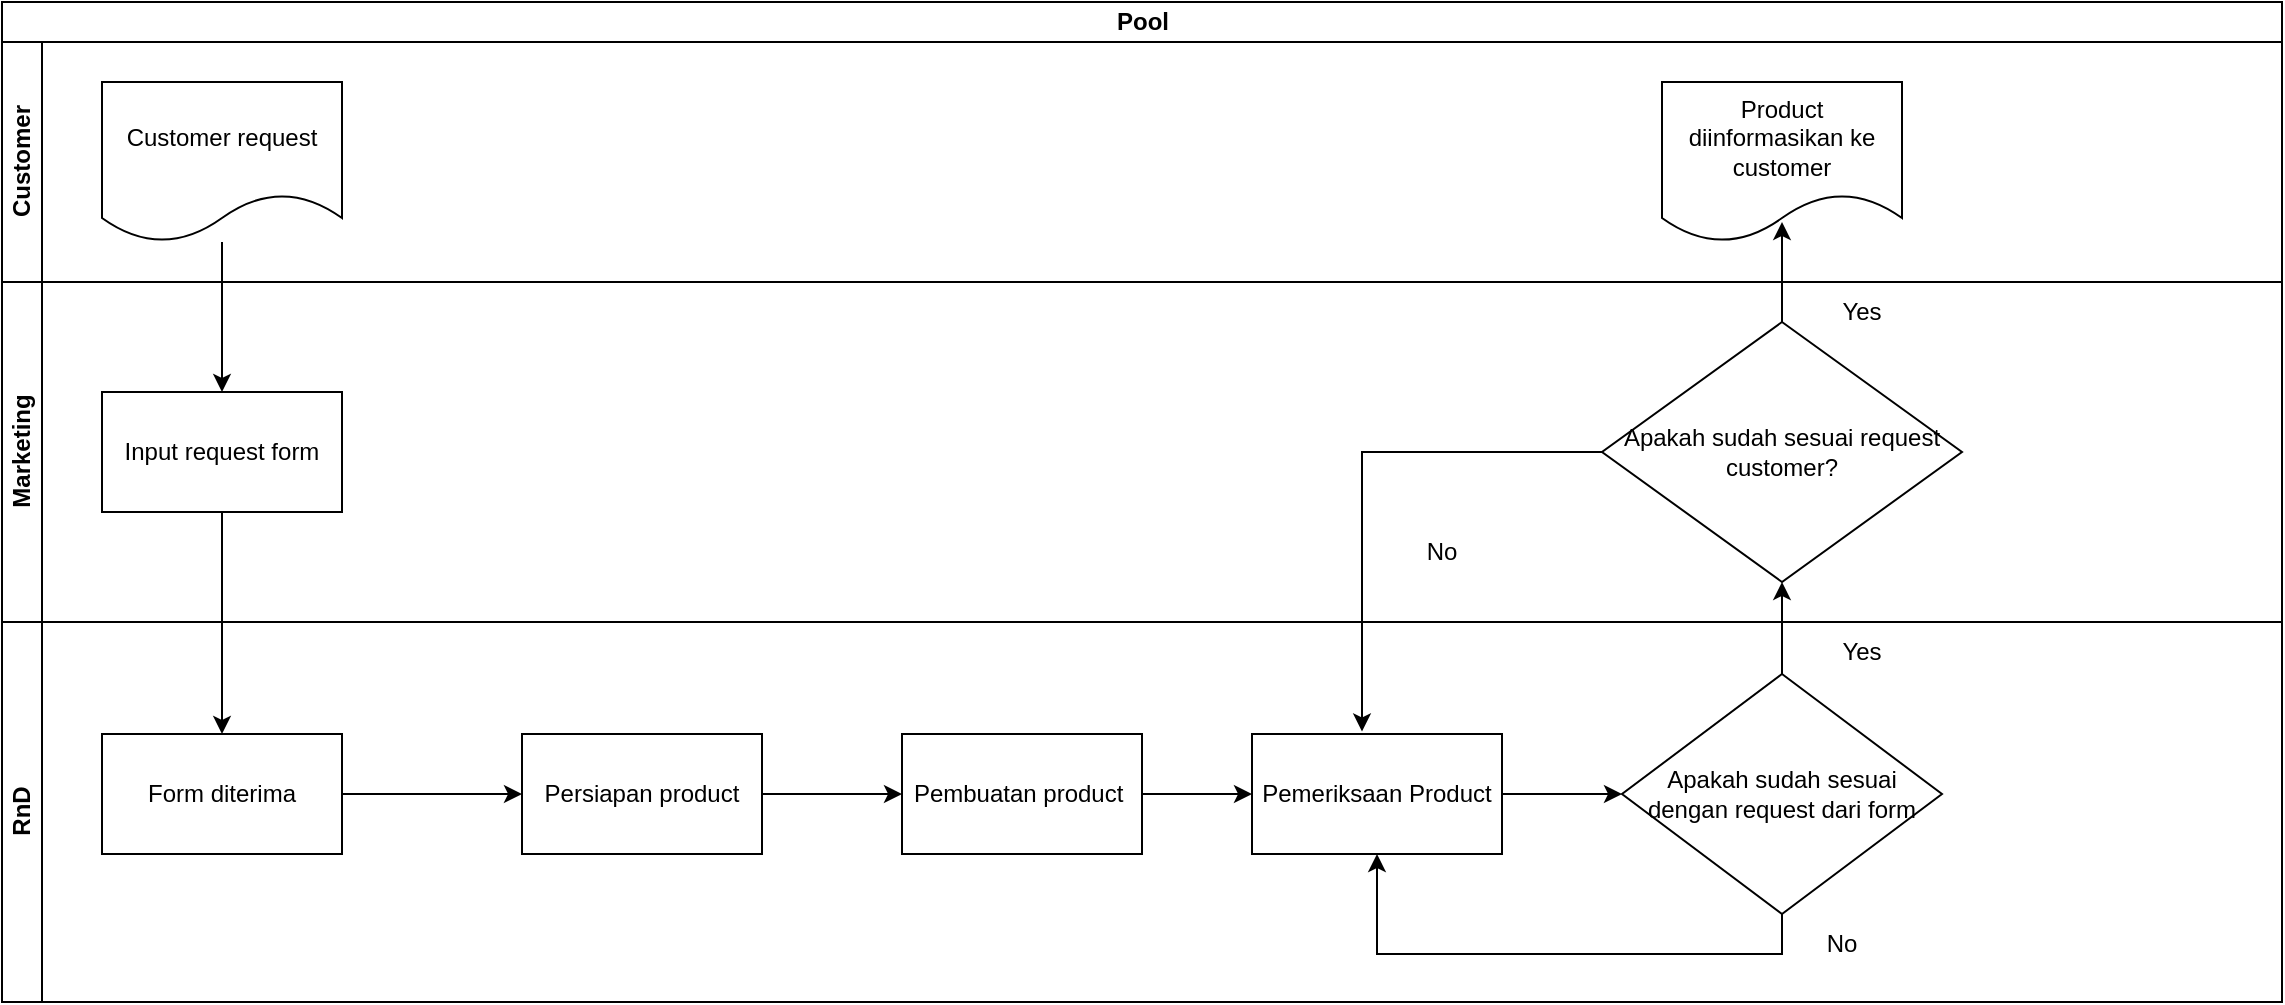
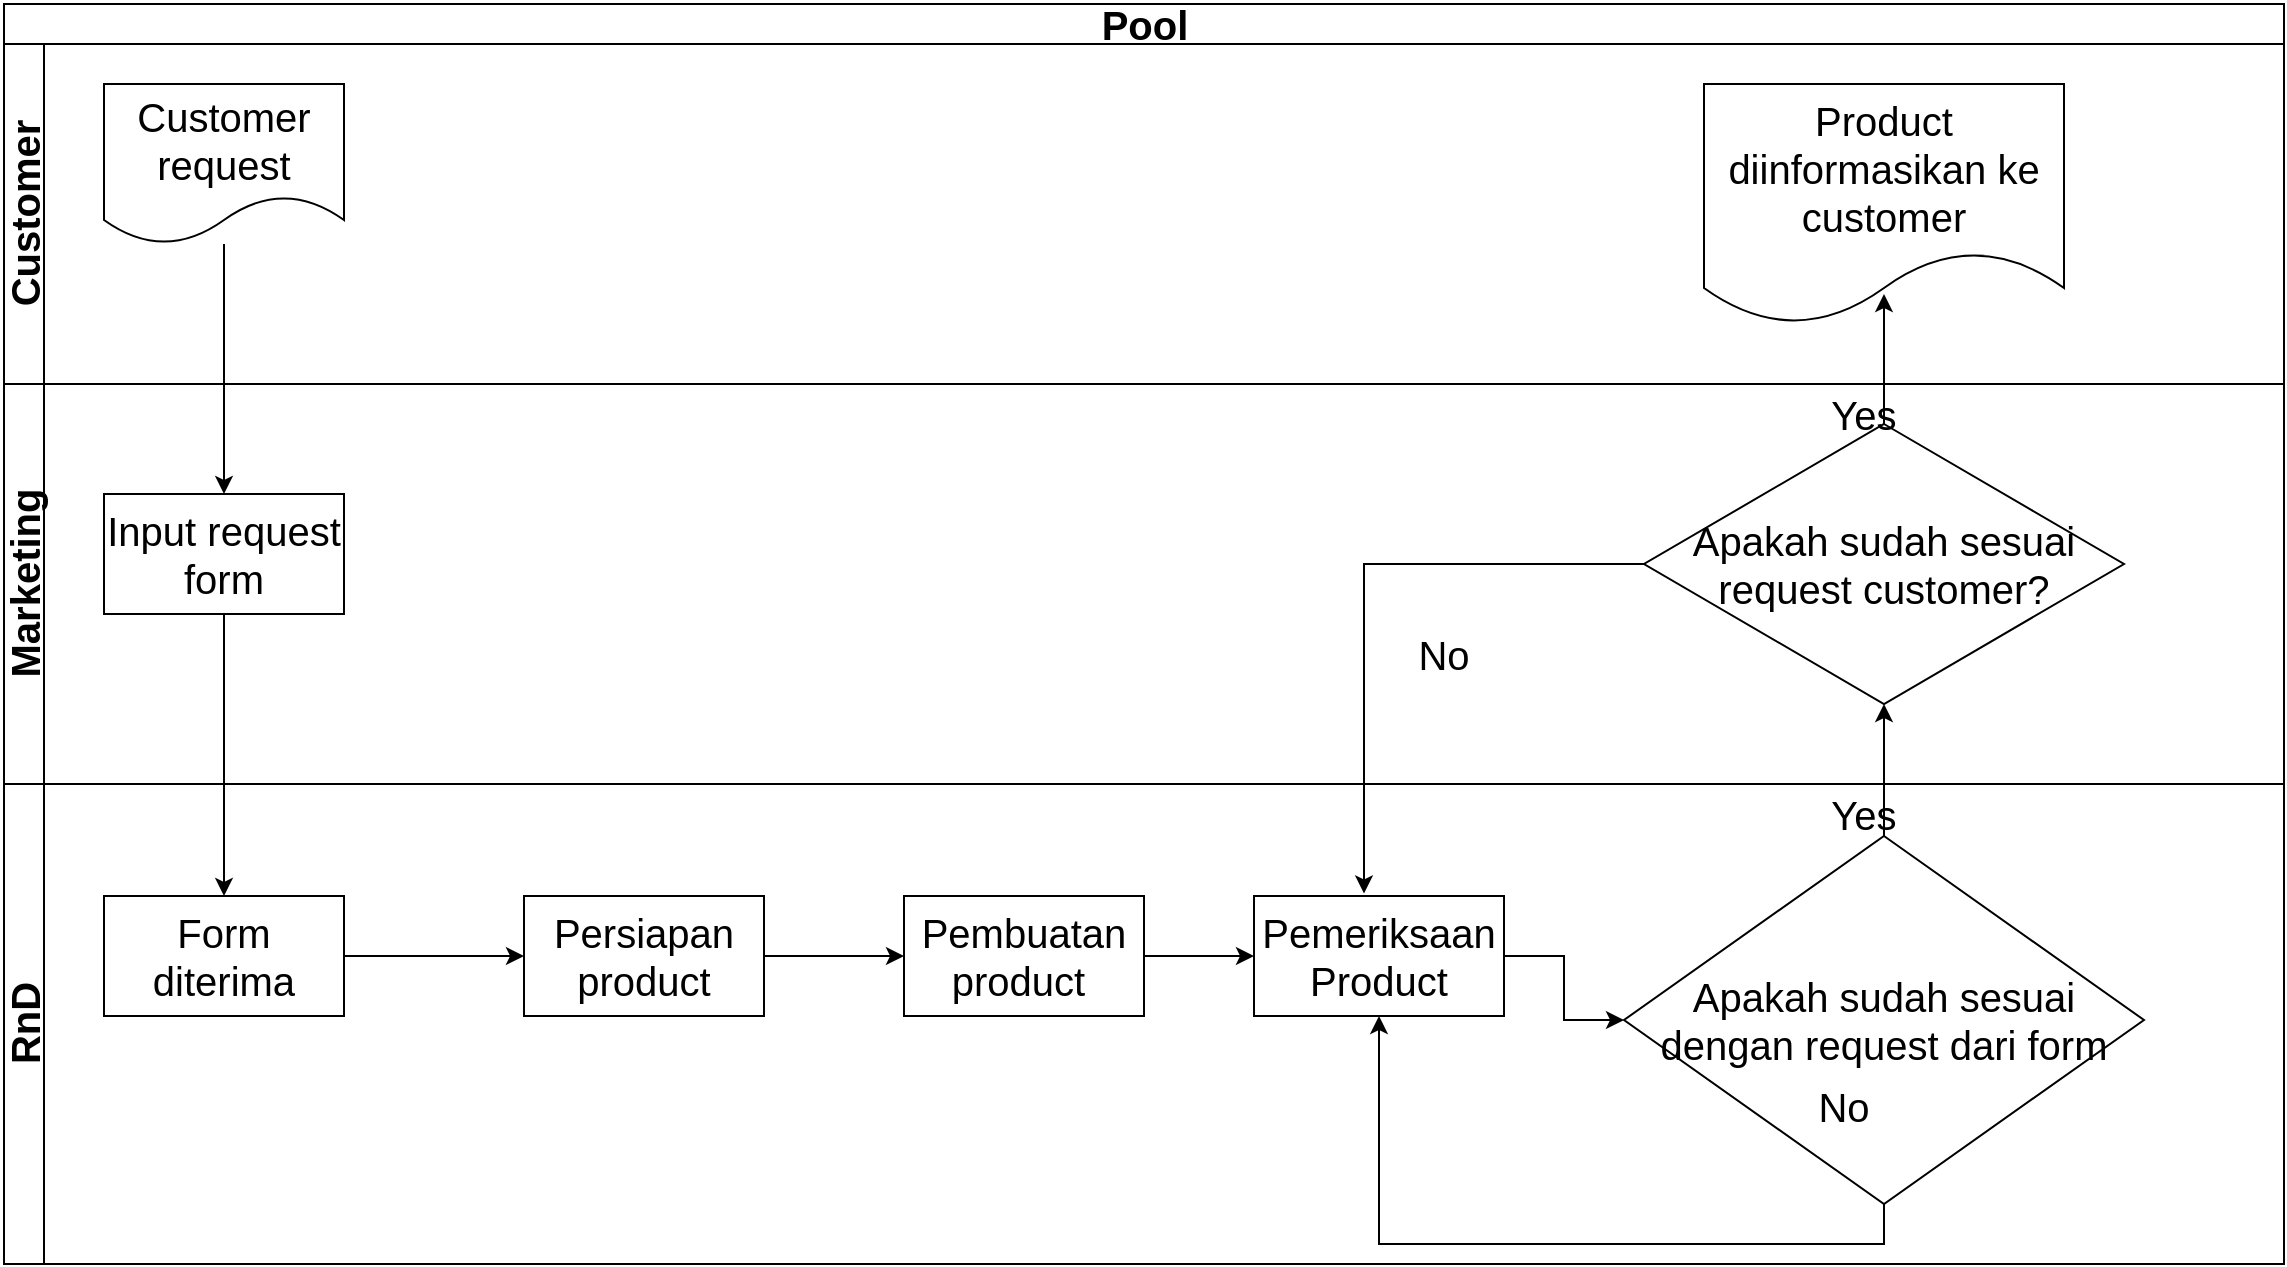
<mxfile host="app.diagrams.net" agent="Mozilla/5.0 (Windows NT 10.0; Win64; x64) AppleWebKit/537.36 (KHTML, like Gecko) Chrome/143.0.0.0 Safari/537.36" version="29.2.7">
  <diagram name="Page-1" id="oIJuJ37-xEbx_TfT-aAl">
-     <mxGraphModel dx="1097" dy="592" grid="1" gridSize="10" guides="1" tooltips="1" connect="1" arrows="1" fold="1" page="1" pageScale="1" pageWidth="850" pageHeight="1100" math="0" shadow="0">
+     <mxGraphModel dx="1042" dy="562" grid="1" gridSize="10" guides="1" tooltips="1" connect="1" arrows="1" fold="1" page="1" pageScale="1" pageWidth="850" pageHeight="1100" math="0" shadow="0">
      <root>
        <mxCell id="0" />
        <mxCell id="1" parent="0" />
-         <mxCell id="OZ2Eyodh-qbxz5odPWaq-1" parent="1" style="swimlane;childLayout=stackLayout;resizeParent=1;resizeParentMax=0;horizontal=1;startSize=20;horizontalStack=0;html=1;" value="Pool" vertex="1">
-           <mxGeometry height="500" width="1140" x="160" y="90" as="geometry" />
+         <mxCell id="OZ2Eyodh-qbxz5odPWaq-1" parent="1" style="swimlane;childLayout=stackLayout;resizeParent=1;resizeParentMax=0;horizontal=1;startSize=20;horizontalStack=0;html=1;fontSize=20;" value="&lt;font&gt;Pool&lt;/font&gt;" vertex="1">
+           <mxGeometry height="630" width="1140" x="160" y="90" as="geometry" />
        </mxCell>
-         <mxCell id="OZ2Eyodh-qbxz5odPWaq-2" parent="OZ2Eyodh-qbxz5odPWaq-1" style="swimlane;startSize=20;horizontal=0;html=1;" value="Customer" vertex="1">
-           <mxGeometry height="120" width="1140" y="20" as="geometry" />
+         <mxCell id="OZ2Eyodh-qbxz5odPWaq-2" parent="OZ2Eyodh-qbxz5odPWaq-1" style="swimlane;startSize=20;horizontal=0;html=1;fontSize=20;" value="Customer" vertex="1">
+           <mxGeometry height="170" width="1140" y="20" as="geometry" />
        </mxCell>
-         <mxCell id="Fgrx-HBsSQO8t8AMSDuB-1" parent="OZ2Eyodh-qbxz5odPWaq-2" style="shape=document;whiteSpace=wrap;html=1;boundedLbl=1;" value="Customer request" vertex="1">
+         <mxCell id="Fgrx-HBsSQO8t8AMSDuB-1" parent="OZ2Eyodh-qbxz5odPWaq-2" style="shape=document;whiteSpace=wrap;html=1;boundedLbl=1;fontSize=20;" value="Customer request" vertex="1">
          <mxGeometry height="80" width="120" x="50" y="20" as="geometry" />
        </mxCell>
-         <mxCell id="Fgrx-HBsSQO8t8AMSDuB-4" parent="OZ2Eyodh-qbxz5odPWaq-2" style="shape=document;whiteSpace=wrap;html=1;boundedLbl=1;" value="Product diinformasikan ke customer" vertex="1">
-           <mxGeometry height="80" width="120" x="830" y="20" as="geometry" />
+         <mxCell id="Fgrx-HBsSQO8t8AMSDuB-4" parent="OZ2Eyodh-qbxz5odPWaq-2" style="shape=document;whiteSpace=wrap;html=1;boundedLbl=1;fontSize=20;" value="Product diinformasikan ke customer" vertex="1">
+           <mxGeometry height="120" width="180" x="850" y="20" as="geometry" />
        </mxCell>
-         <mxCell id="OZ2Eyodh-qbxz5odPWaq-3" parent="OZ2Eyodh-qbxz5odPWaq-1" style="swimlane;startSize=20;horizontal=0;html=1;" value="Marketing" vertex="1">
-           <mxGeometry height="170" width="1140" y="140" as="geometry" />
+         <mxCell id="OZ2Eyodh-qbxz5odPWaq-3" parent="OZ2Eyodh-qbxz5odPWaq-1" style="swimlane;startSize=20;horizontal=0;html=1;fontSize=20;" value="Marketing" vertex="1">
+           <mxGeometry height="200" width="1140" y="190" as="geometry" />
        </mxCell>
-         <mxCell id="OZ2Eyodh-qbxz5odPWaq-6" parent="OZ2Eyodh-qbxz5odPWaq-3" style="rounded=0;whiteSpace=wrap;html=1;" value="Input request form" vertex="1">
+         <mxCell id="OZ2Eyodh-qbxz5odPWaq-6" parent="OZ2Eyodh-qbxz5odPWaq-3" style="rounded=0;whiteSpace=wrap;html=1;fontSize=20;" value="Input request form" vertex="1">
          <mxGeometry height="60" width="120" x="50" y="55" as="geometry" />
        </mxCell>
-         <mxCell id="OZ2Eyodh-qbxz5odPWaq-13" parent="OZ2Eyodh-qbxz5odPWaq-3" style="rhombus;whiteSpace=wrap;html=1;" value="Apakah sudah sesuai request customer?" vertex="1">
-           <mxGeometry height="130" width="180" x="800" y="20" as="geometry" />
+         <mxCell id="OZ2Eyodh-qbxz5odPWaq-13" parent="OZ2Eyodh-qbxz5odPWaq-3" style="rhombus;whiteSpace=wrap;html=1;fontSize=20;" value="Apakah sudah sesuai request customer?" vertex="1">
+           <mxGeometry height="140" width="240" x="820" y="20" as="geometry" />
        </mxCell>
-         <mxCell id="OZ2Eyodh-qbxz5odPWaq-32" parent="OZ2Eyodh-qbxz5odPWaq-3" style="text;html=1;whiteSpace=wrap;strokeColor=none;fillColor=none;align=center;verticalAlign=middle;rounded=0;" value="No" vertex="1">
+         <mxCell id="OZ2Eyodh-qbxz5odPWaq-32" parent="OZ2Eyodh-qbxz5odPWaq-3" style="text;html=1;whiteSpace=wrap;strokeColor=none;fillColor=none;align=center;verticalAlign=middle;rounded=0;fontSize=20;" value="No" vertex="1">
          <mxGeometry height="30" width="60" x="690" y="120" as="geometry" />
        </mxCell>
-         <mxCell id="OZ2Eyodh-qbxz5odPWaq-33" parent="OZ2Eyodh-qbxz5odPWaq-3" style="text;html=1;whiteSpace=wrap;strokeColor=none;fillColor=none;align=center;verticalAlign=middle;rounded=0;" value="Yes" vertex="1">
+         <mxCell id="OZ2Eyodh-qbxz5odPWaq-33" parent="OZ2Eyodh-qbxz5odPWaq-3" style="text;html=1;whiteSpace=wrap;strokeColor=none;fillColor=none;align=center;verticalAlign=middle;rounded=0;fontSize=20;" value="Yes" vertex="1">
          <mxGeometry height="30" width="60" x="900" as="geometry" />
        </mxCell>
-         <mxCell id="OZ2Eyodh-qbxz5odPWaq-9" edge="1" parent="OZ2Eyodh-qbxz5odPWaq-1" source="OZ2Eyodh-qbxz5odPWaq-6" style="edgeStyle=orthogonalEdgeStyle;rounded=0;orthogonalLoop=1;jettySize=auto;html=1;exitX=0.5;exitY=1;exitDx=0;exitDy=0;entryX=0.5;entryY=0;entryDx=0;entryDy=0;" target="OZ2Eyodh-qbxz5odPWaq-8">
+         <mxCell id="OZ2Eyodh-qbxz5odPWaq-9" edge="1" parent="OZ2Eyodh-qbxz5odPWaq-1" source="OZ2Eyodh-qbxz5odPWaq-6" style="edgeStyle=orthogonalEdgeStyle;rounded=0;orthogonalLoop=1;jettySize=auto;html=1;exitX=0.5;exitY=1;exitDx=0;exitDy=0;entryX=0.5;entryY=0;entryDx=0;entryDy=0;fontSize=20;" target="OZ2Eyodh-qbxz5odPWaq-8">
          <mxGeometry relative="1" as="geometry" />
        </mxCell>
-         <mxCell id="OZ2Eyodh-qbxz5odPWaq-26" edge="1" parent="OZ2Eyodh-qbxz5odPWaq-1" source="OZ2Eyodh-qbxz5odPWaq-24" style="edgeStyle=orthogonalEdgeStyle;rounded=0;orthogonalLoop=1;jettySize=auto;html=1;exitX=0.5;exitY=0;exitDx=0;exitDy=0;entryX=0.5;entryY=1;entryDx=0;entryDy=0;" target="OZ2Eyodh-qbxz5odPWaq-13">
+         <mxCell id="OZ2Eyodh-qbxz5odPWaq-26" edge="1" parent="OZ2Eyodh-qbxz5odPWaq-1" source="OZ2Eyodh-qbxz5odPWaq-24" style="edgeStyle=orthogonalEdgeStyle;rounded=0;orthogonalLoop=1;jettySize=auto;html=1;exitX=0.5;exitY=0;exitDx=0;exitDy=0;entryX=0.5;entryY=1;entryDx=0;entryDy=0;fontSize=20;" target="OZ2Eyodh-qbxz5odPWaq-13">
          <mxGeometry relative="1" as="geometry" />
        </mxCell>
-         <mxCell id="OZ2Eyodh-qbxz5odPWaq-31" edge="1" parent="OZ2Eyodh-qbxz5odPWaq-1" source="OZ2Eyodh-qbxz5odPWaq-13" style="edgeStyle=orthogonalEdgeStyle;rounded=0;orthogonalLoop=1;jettySize=auto;html=1;exitX=0;exitY=0.5;exitDx=0;exitDy=0;entryX=0.44;entryY=-0.021;entryDx=0;entryDy=0;entryPerimeter=0;" target="OZ2Eyodh-qbxz5odPWaq-15">
+         <mxCell id="OZ2Eyodh-qbxz5odPWaq-31" edge="1" parent="OZ2Eyodh-qbxz5odPWaq-1" source="OZ2Eyodh-qbxz5odPWaq-13" style="edgeStyle=orthogonalEdgeStyle;rounded=0;orthogonalLoop=1;jettySize=auto;html=1;exitX=0;exitY=0.5;exitDx=0;exitDy=0;entryX=0.44;entryY=-0.021;entryDx=0;entryDy=0;entryPerimeter=0;fontSize=20;" target="OZ2Eyodh-qbxz5odPWaq-15">
          <mxGeometry relative="1" as="geometry" />
        </mxCell>
-         <mxCell id="Fgrx-HBsSQO8t8AMSDuB-2" edge="1" parent="OZ2Eyodh-qbxz5odPWaq-1" source="Fgrx-HBsSQO8t8AMSDuB-1" style="edgeStyle=orthogonalEdgeStyle;rounded=0;orthogonalLoop=1;jettySize=auto;html=1;entryX=0.5;entryY=0;entryDx=0;entryDy=0;" target="OZ2Eyodh-qbxz5odPWaq-6">
+         <mxCell id="Fgrx-HBsSQO8t8AMSDuB-2" edge="1" parent="OZ2Eyodh-qbxz5odPWaq-1" source="Fgrx-HBsSQO8t8AMSDuB-1" style="edgeStyle=orthogonalEdgeStyle;rounded=0;orthogonalLoop=1;jettySize=auto;html=1;entryX=0.5;entryY=0;entryDx=0;entryDy=0;fontSize=20;" target="OZ2Eyodh-qbxz5odPWaq-6">
          <mxGeometry relative="1" as="geometry" />
        </mxCell>
-         <mxCell id="Fgrx-HBsSQO8t8AMSDuB-5" edge="1" parent="OZ2Eyodh-qbxz5odPWaq-1" source="OZ2Eyodh-qbxz5odPWaq-13" style="edgeStyle=orthogonalEdgeStyle;rounded=0;orthogonalLoop=1;jettySize=auto;html=1;entryX=0.5;entryY=0.875;entryDx=0;entryDy=0;entryPerimeter=0;" target="Fgrx-HBsSQO8t8AMSDuB-4">
+         <mxCell id="Fgrx-HBsSQO8t8AMSDuB-5" edge="1" parent="OZ2Eyodh-qbxz5odPWaq-1" source="OZ2Eyodh-qbxz5odPWaq-13" style="edgeStyle=orthogonalEdgeStyle;rounded=0;orthogonalLoop=1;jettySize=auto;html=1;entryX=0.5;entryY=0.875;entryDx=0;entryDy=0;entryPerimeter=0;fontSize=20;" target="Fgrx-HBsSQO8t8AMSDuB-4">
          <mxGeometry relative="1" as="geometry" />
        </mxCell>
-         <mxCell id="OZ2Eyodh-qbxz5odPWaq-4" parent="OZ2Eyodh-qbxz5odPWaq-1" style="swimlane;startSize=20;horizontal=0;html=1;" value="RnD" vertex="1">
-           <mxGeometry height="190" width="1140" y="310" as="geometry" />
+         <mxCell id="OZ2Eyodh-qbxz5odPWaq-4" parent="OZ2Eyodh-qbxz5odPWaq-1" style="swimlane;startSize=20;horizontal=0;html=1;fontSize=20;" value="RnD" vertex="1">
+           <mxGeometry height="240" width="1140" y="390" as="geometry" />
        </mxCell>
-         <mxCell id="OZ2Eyodh-qbxz5odPWaq-11" edge="1" parent="OZ2Eyodh-qbxz5odPWaq-4" source="OZ2Eyodh-qbxz5odPWaq-8" style="edgeStyle=orthogonalEdgeStyle;rounded=0;orthogonalLoop=1;jettySize=auto;html=1;exitX=1;exitY=0.5;exitDx=0;exitDy=0;entryX=0;entryY=0.5;entryDx=0;entryDy=0;" target="OZ2Eyodh-qbxz5odPWaq-10">
+         <mxCell id="OZ2Eyodh-qbxz5odPWaq-11" edge="1" parent="OZ2Eyodh-qbxz5odPWaq-4" source="OZ2Eyodh-qbxz5odPWaq-8" style="edgeStyle=orthogonalEdgeStyle;rounded=0;orthogonalLoop=1;jettySize=auto;html=1;exitX=1;exitY=0.5;exitDx=0;exitDy=0;entryX=0;entryY=0.5;entryDx=0;entryDy=0;fontSize=20;" target="OZ2Eyodh-qbxz5odPWaq-10">
          <mxGeometry relative="1" as="geometry" />
        </mxCell>
-         <mxCell id="OZ2Eyodh-qbxz5odPWaq-8" parent="OZ2Eyodh-qbxz5odPWaq-4" style="rounded=0;whiteSpace=wrap;html=1;" value="Form diterima" vertex="1">
+         <mxCell id="OZ2Eyodh-qbxz5odPWaq-8" parent="OZ2Eyodh-qbxz5odPWaq-4" style="rounded=0;whiteSpace=wrap;html=1;fontSize=20;" value="Form diterima" vertex="1">
          <mxGeometry height="60" width="120" x="50" y="56" as="geometry" />
        </mxCell>
-         <mxCell id="OZ2Eyodh-qbxz5odPWaq-16" edge="1" parent="OZ2Eyodh-qbxz5odPWaq-4" source="OZ2Eyodh-qbxz5odPWaq-10" style="edgeStyle=orthogonalEdgeStyle;rounded=0;orthogonalLoop=1;jettySize=auto;html=1;entryX=0;entryY=0.5;entryDx=0;entryDy=0;" target="OZ2Eyodh-qbxz5odPWaq-14">
+         <mxCell id="OZ2Eyodh-qbxz5odPWaq-16" edge="1" parent="OZ2Eyodh-qbxz5odPWaq-4" source="OZ2Eyodh-qbxz5odPWaq-10" style="edgeStyle=orthogonalEdgeStyle;rounded=0;orthogonalLoop=1;jettySize=auto;html=1;entryX=0;entryY=0.5;entryDx=0;entryDy=0;fontSize=20;" target="OZ2Eyodh-qbxz5odPWaq-14">
          <mxGeometry relative="1" as="geometry" />
        </mxCell>
-         <mxCell id="OZ2Eyodh-qbxz5odPWaq-10" parent="OZ2Eyodh-qbxz5odPWaq-4" style="rounded=0;whiteSpace=wrap;html=1;" value="Persiapan product" vertex="1">
+         <mxCell id="OZ2Eyodh-qbxz5odPWaq-10" parent="OZ2Eyodh-qbxz5odPWaq-4" style="rounded=0;whiteSpace=wrap;html=1;fontSize=20;" value="Persiapan product" vertex="1">
          <mxGeometry height="60" width="120" x="260" y="56" as="geometry" />
        </mxCell>
-         <mxCell id="OZ2Eyodh-qbxz5odPWaq-18" edge="1" parent="OZ2Eyodh-qbxz5odPWaq-4" source="OZ2Eyodh-qbxz5odPWaq-14" style="edgeStyle=orthogonalEdgeStyle;rounded=0;orthogonalLoop=1;jettySize=auto;html=1;entryX=0;entryY=0.5;entryDx=0;entryDy=0;" target="OZ2Eyodh-qbxz5odPWaq-15">
+         <mxCell id="OZ2Eyodh-qbxz5odPWaq-18" edge="1" parent="OZ2Eyodh-qbxz5odPWaq-4" source="OZ2Eyodh-qbxz5odPWaq-14" style="edgeStyle=orthogonalEdgeStyle;rounded=0;orthogonalLoop=1;jettySize=auto;html=1;entryX=0;entryY=0.5;entryDx=0;entryDy=0;fontSize=20;" target="OZ2Eyodh-qbxz5odPWaq-15">
          <mxGeometry relative="1" as="geometry" />
        </mxCell>
-         <mxCell id="OZ2Eyodh-qbxz5odPWaq-14" parent="OZ2Eyodh-qbxz5odPWaq-4" style="rounded=0;whiteSpace=wrap;html=1;" value="Pembuatan product&amp;nbsp;" vertex="1">
+         <mxCell id="OZ2Eyodh-qbxz5odPWaq-14" parent="OZ2Eyodh-qbxz5odPWaq-4" style="rounded=0;whiteSpace=wrap;html=1;fontSize=20;" value="Pembuatan product&amp;nbsp;" vertex="1">
          <mxGeometry height="60" width="120" x="450" y="56" as="geometry" />
        </mxCell>
-         <mxCell id="OZ2Eyodh-qbxz5odPWaq-25" edge="1" parent="OZ2Eyodh-qbxz5odPWaq-4" source="OZ2Eyodh-qbxz5odPWaq-15" style="edgeStyle=orthogonalEdgeStyle;rounded=0;orthogonalLoop=1;jettySize=auto;html=1;entryX=0;entryY=0.5;entryDx=0;entryDy=0;" target="OZ2Eyodh-qbxz5odPWaq-24">
+         <mxCell id="OZ2Eyodh-qbxz5odPWaq-25" edge="1" parent="OZ2Eyodh-qbxz5odPWaq-4" source="OZ2Eyodh-qbxz5odPWaq-15" style="edgeStyle=orthogonalEdgeStyle;rounded=0;orthogonalLoop=1;jettySize=auto;html=1;entryX=0;entryY=0.5;entryDx=0;entryDy=0;fontSize=20;" target="OZ2Eyodh-qbxz5odPWaq-24">
          <mxGeometry relative="1" as="geometry" />
        </mxCell>
-         <mxCell id="OZ2Eyodh-qbxz5odPWaq-15" parent="OZ2Eyodh-qbxz5odPWaq-4" style="rounded=0;whiteSpace=wrap;html=1;" value="Pemeriksaan Product" vertex="1">
+         <mxCell id="OZ2Eyodh-qbxz5odPWaq-15" parent="OZ2Eyodh-qbxz5odPWaq-4" style="rounded=0;whiteSpace=wrap;html=1;fontSize=20;" value="Pemeriksaan Product" vertex="1">
          <mxGeometry height="60" width="125" x="625" y="56" as="geometry" />
        </mxCell>
-         <mxCell id="OZ2Eyodh-qbxz5odPWaq-29" edge="1" parent="OZ2Eyodh-qbxz5odPWaq-4" source="OZ2Eyodh-qbxz5odPWaq-24" style="edgeStyle=orthogonalEdgeStyle;rounded=0;orthogonalLoop=1;jettySize=auto;html=1;exitX=0.5;exitY=1;exitDx=0;exitDy=0;entryX=0.5;entryY=1;entryDx=0;entryDy=0;" target="OZ2Eyodh-qbxz5odPWaq-15">
+         <mxCell id="OZ2Eyodh-qbxz5odPWaq-29" edge="1" parent="OZ2Eyodh-qbxz5odPWaq-4" source="OZ2Eyodh-qbxz5odPWaq-24" style="edgeStyle=orthogonalEdgeStyle;rounded=0;orthogonalLoop=1;jettySize=auto;html=1;exitX=0.5;exitY=1;exitDx=0;exitDy=0;entryX=0.5;entryY=1;entryDx=0;entryDy=0;fontSize=20;" target="OZ2Eyodh-qbxz5odPWaq-15">
          <mxGeometry relative="1" as="geometry" />
        </mxCell>
-         <mxCell id="OZ2Eyodh-qbxz5odPWaq-24" parent="OZ2Eyodh-qbxz5odPWaq-4" style="rhombus;whiteSpace=wrap;html=1;" value="Apakah sudah sesuai dengan request dari form" vertex="1">
-           <mxGeometry height="120" width="160" x="810" y="26" as="geometry" />
+         <mxCell id="OZ2Eyodh-qbxz5odPWaq-24" parent="OZ2Eyodh-qbxz5odPWaq-4" style="rhombus;whiteSpace=wrap;html=1;fontSize=20;" value="Apakah sudah sesuai dengan request dari form" vertex="1">
+           <mxGeometry height="184" width="260" x="810" y="26" as="geometry" />
        </mxCell>
-         <mxCell id="OZ2Eyodh-qbxz5odPWaq-27" parent="OZ2Eyodh-qbxz5odPWaq-4" style="text;html=1;whiteSpace=wrap;strokeColor=none;fillColor=none;align=center;verticalAlign=middle;rounded=0;" value="Yes" vertex="1">
+         <mxCell id="OZ2Eyodh-qbxz5odPWaq-27" parent="OZ2Eyodh-qbxz5odPWaq-4" style="text;html=1;whiteSpace=wrap;strokeColor=none;fillColor=none;align=center;verticalAlign=middle;rounded=0;fontSize=20;" value="Yes" vertex="1">
          <mxGeometry height="30" width="60" x="900" as="geometry" />
        </mxCell>
-         <mxCell id="OZ2Eyodh-qbxz5odPWaq-30" parent="OZ2Eyodh-qbxz5odPWaq-4" style="text;html=1;whiteSpace=wrap;strokeColor=none;fillColor=none;align=center;verticalAlign=middle;rounded=0;" value="No" vertex="1">
+         <mxCell id="OZ2Eyodh-qbxz5odPWaq-30" parent="OZ2Eyodh-qbxz5odPWaq-4" style="text;html=1;whiteSpace=wrap;strokeColor=none;fillColor=none;align=center;verticalAlign=middle;rounded=0;fontSize=20;" value="No" vertex="1">
          <mxGeometry height="30" width="60" x="890" y="146" as="geometry" />
        </mxCell>
      </root>
    </mxGraphModel>
  </diagram>
</mxfile>
